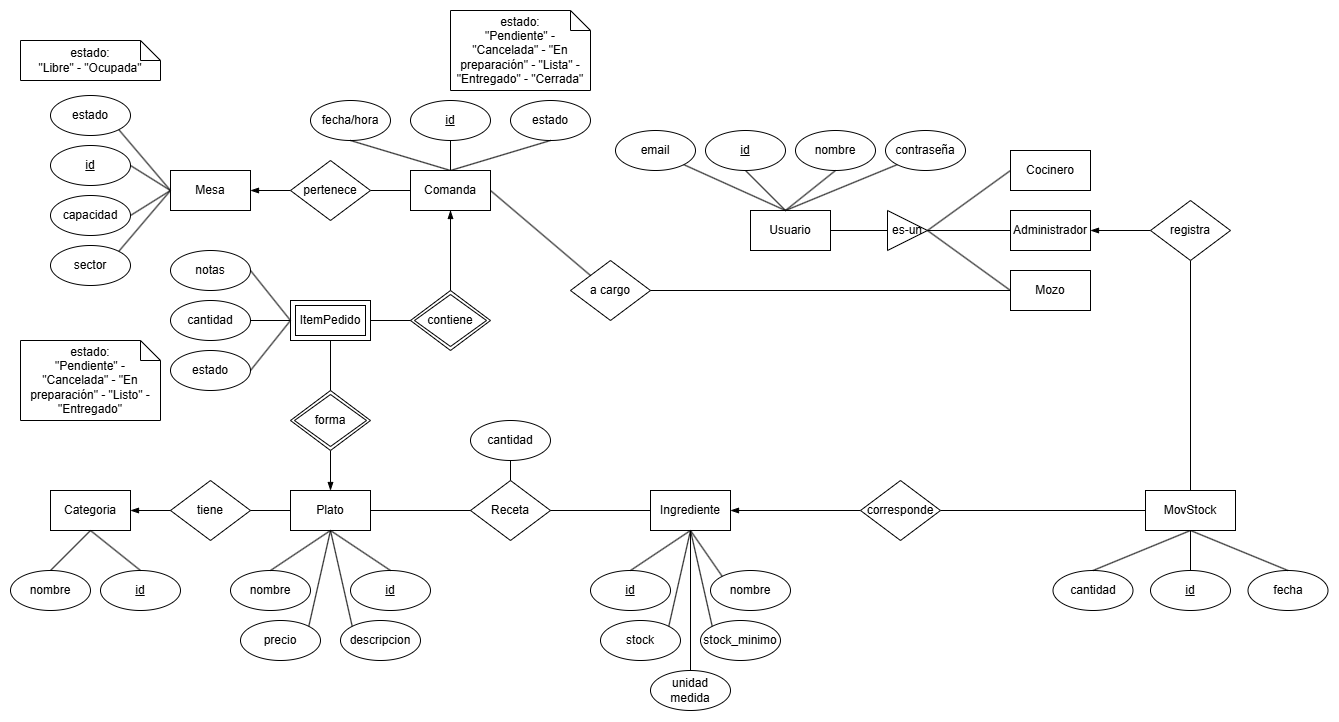
Before: Entegables/Diagramas/Diagrama Entidad-Relación.png, a diagram exported from draw.io (nicolasmerida/Proyecto-Arqui-Grupo7). Source tidied: cells renumbered, new cells last; positions are measured from the earlier drawing's top-left corner, leaving out a move shared by most shapes.
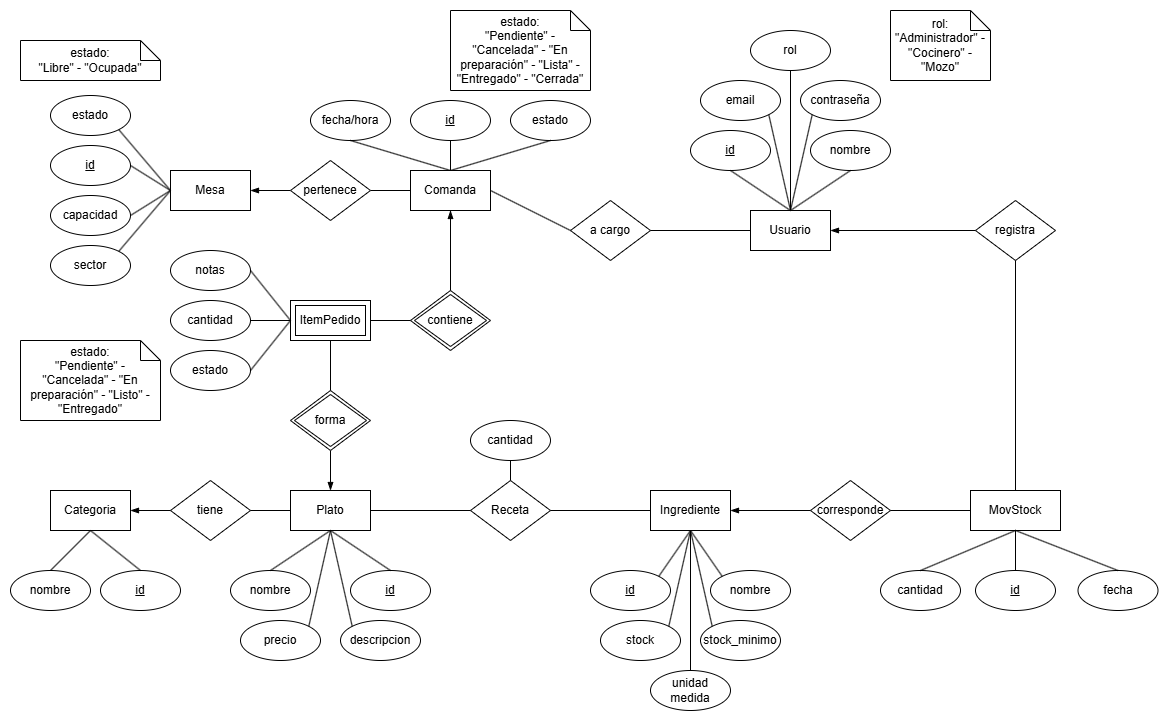
Later version of the same file.

Commit message:
Actualización diagrama ER

Change to the diagram source:
```diff
@@ -26,9 +26,6 @@
     <mxCell id="9" value="Usuario" style="whiteSpace=wrap;html=1;align=center;" parent="1" vertex="1">
       <mxGeometry x="740" y="200" width="80" height="40" as="geometry" />
     </mxCell>
-    <mxCell id="10" value="Mozo" style="whiteSpace=wrap;html=1;align=center;" parent="1" vertex="1">
-      <mxGeometry x="1000" y="260" width="80" height="40" as="geometry" />
-    </mxCell>
     <mxCell id="11" value="capacidad" style="ellipse;whiteSpace=wrap;html=1;align=center;" parent="1" vertex="1">
       <mxGeometry x="40" y="185" width="80" height="40" as="geometry" />
     </mxCell>
@@ -96,18 +93,18 @@
       <mxGeometry x="580" y="560" width="80" height="40" as="geometry" />
     </mxCell>
     <mxCell id="33" value="cantidad" style="ellipse;whiteSpace=wrap;html=1;align=center;" parent="1" vertex="1">
-      <mxGeometry x="1042.5" y="560" width="80" height="40" as="geometry" />
+      <mxGeometry x="870" y="560" width="80" height="40" as="geometry" />
     </mxCell>
     <mxCell id="34" value="fecha" style="ellipse;whiteSpace=wrap;html=1;align=center;" parent="1" vertex="1">
-      <mxGeometry x="1237.5" y="560" width="80" height="40" as="geometry" />
+      <mxGeometry x="1067.5" y="560" width="80" height="40" as="geometry" />
     </mxCell>
     <mxCell id="35" value="id" style="ellipse;whiteSpace=wrap;html=1;align=center;fontStyle=4;" parent="1" vertex="1">
-      <mxGeometry x="1140" y="560" width="80" height="40" as="geometry" />
+      <mxGeometry x="965" y="560" width="80" height="40" as="geometry" />
     </mxCell>
     <mxCell id="36" value="estado:&lt;br&gt;&quot;Pendiente&quot; - &quot;Cancelada&quot; - &quot;En preparación&quot; - &quot;Listo&quot; - &quot;Entregado&quot;" style="shape=note;size=20;whiteSpace=wrap;html=1;align=center;" parent="1" vertex="1">
       <mxGeometry x="10" y="330" width="140" height="80" as="geometry" />
     </mxCell>
-    <mxCell id="37" style="endArrow=none;html=1;rounded=0;exitX=0.5;exitY=0;exitDx=0;exitDy=0;entryX=0.5;entryY=1;entryDx=0;entryDy=0;" parent="1" edge="1" source="32" target="4">
+    <mxCell id="37" style="endArrow=none;html=1;rounded=0;exitX=1;exitY=0;exitDx=0;exitDy=0;entryX=0.5;entryY=1;entryDx=0;entryDy=0;" parent="1" edge="1" source="32" target="4">
       <mxGeometry relative="1" as="geometry" />
     </mxCell>
     <mxCell id="38" style="endArrow=none;html=1;rounded=0;exitX=1;exitY=0;exitDx=0;exitDy=0;entryX=0.5;entryY=1;entryDx=0;entryDy=0;" parent="1" edge="1" source="30" target="4">
@@ -134,59 +131,30 @@
     <mxCell id="45" style="endArrow=none;html=1;rounded=0;exitX=0.5;exitY=0;exitDx=0;exitDy=0;entryX=0.5;entryY=1;entryDx=0;entryDy=0;" parent="1" edge="1" source="5" target="44">
       <mxGeometry relative="1" as="geometry" />
     </mxCell>
-    <mxCell id="46" value="es-un" style="triangle;whiteSpace=wrap;html=1;rotation=0;labelPosition=center;verticalLabelPosition=middle;align=center;verticalAlign=middle;textDirection=ltr;" parent="1" vertex="1">
-      <mxGeometry x="877" y="200" width="40" height="40" as="geometry" />
-    </mxCell>
     <mxCell id="47" value="estado:&lt;br&gt;&quot;Pendiente&quot; - &quot;Cancelada&quot; - &quot;En preparación&quot; - &quot;Lista&quot; - &quot;Entregado&quot; - &quot;Cerrada&quot;" style="shape=note;size=20;whiteSpace=wrap;html=1;align=center;" parent="1" vertex="1">
       <mxGeometry x="440" width="140" height="80" as="geometry" />
     </mxCell>
-    <mxCell id="48" value="Administrador" style="whiteSpace=wrap;html=1;align=center;" parent="1" vertex="1">
-      <mxGeometry x="1000" y="200" width="80" height="40" as="geometry" />
-    </mxCell>
-    <mxCell id="49" value="Cocinero" style="whiteSpace=wrap;html=1;align=center;" parent="1" vertex="1">
-      <mxGeometry x="1000" y="140" width="80" height="40" as="geometry" />
-    </mxCell>
     <mxCell id="50" value="nombre" style="ellipse;whiteSpace=wrap;html=1;align=center;" parent="1" vertex="1">
-      <mxGeometry x="785" y="120" width="80" height="40" as="geometry" />
+      <mxGeometry x="800" y="120" width="80" height="40" as="geometry" />
     </mxCell>
     <mxCell id="51" value="contraseña" style="ellipse;whiteSpace=wrap;html=1;align=center;" parent="1" vertex="1">
-      <mxGeometry x="875" y="120" width="80" height="40" as="geometry" />
+      <mxGeometry x="790" y="70" width="80" height="40" as="geometry" />
     </mxCell>
     <mxCell id="52" value="email" style="ellipse;whiteSpace=wrap;html=1;align=center;" parent="1" vertex="1">
-      <mxGeometry x="605" y="120" width="80" height="40" as="geometry" />
+      <mxGeometry x="690" y="70" width="80" height="40" as="geometry" />
     </mxCell>
     <mxCell id="53" value="id" style="ellipse;whiteSpace=wrap;html=1;align=center;fontStyle=4;" parent="1" vertex="1">
-      <mxGeometry x="695" y="120" width="80" height="40" as="geometry" />
+      <mxGeometry x="680" y="120" width="80" height="40" as="geometry" />
     </mxCell>
-    <mxCell id="54" style="endArrow=none;html=1;rounded=0;exitX=1;exitY=1;exitDx=0;exitDy=0;entryX=0.5;entryY=0;entryDx=0;entryDy=0;" parent="1" edge="1" source="52">
-      <mxGeometry relative="1" as="geometry">
-        <mxPoint x="775" y="200" as="targetPoint" />
-      </mxGeometry>
-    </mxCell>
-    <mxCell id="55" style="endArrow=none;html=1;rounded=0;exitX=0.5;exitY=1;exitDx=0;exitDy=0;entryX=0.5;entryY=0;entryDx=0;entryDy=0;" parent="1" edge="1" source="53">
-      <mxGeometry relative="1" as="geometry">
-        <mxPoint x="775" y="200" as="targetPoint" />
-      </mxGeometry>
-    </mxCell>
-    <mxCell id="56" style="endArrow=none;html=1;rounded=0;exitX=0.5;exitY=1;exitDx=0;exitDy=0;entryX=0.5;entryY=0;entryDx=0;entryDy=0;" parent="1" edge="1" source="50">
-      <mxGeometry relative="1" as="geometry">
-        <mxPoint x="775" y="200" as="targetPoint" />
-      </mxGeometry>
-    </mxCell>
-    <mxCell id="57" style="endArrow=none;html=1;rounded=0;exitX=0;exitY=1;exitDx=0;exitDy=0;entryX=0.5;entryY=0;entryDx=0;entryDy=0;" parent="1" edge="1" source="51">
-      <mxGeometry relative="1" as="geometry">
-        <mxPoint x="775" y="200" as="targetPoint" />
-      </mxGeometry>
-    </mxCell>
     <mxCell id="58" value="a cargo" style="shape=rhombus;perimeter=rhombusPerimeter;whiteSpace=wrap;html=1;align=center;" parent="1" vertex="1">
-      <mxGeometry x="560" y="250" width="80" height="60" as="geometry" />
+      <mxGeometry x="560" y="190" width="80" height="60" as="geometry" />
     </mxCell>
-    <mxCell id="59" style="endArrow=none;html=1;rounded=0;entryX=0;entryY=0;entryDx=0;entryDy=0;exitX=1;exitY=0.5;exitDx=0;exitDy=0;" parent="1" edge="1" target="58">
+    <mxCell id="59" style="endArrow=none;html=1;rounded=0;entryX=0;entryY=0.5;entryDx=0;entryDy=0;exitX=1;exitY=0.5;exitDx=0;exitDy=0;" parent="1" edge="1" target="58">
       <mxGeometry relative="1" as="geometry">
         <mxPoint x="480" y="180" as="sourcePoint" />
       </mxGeometry>
     </mxCell>
-    <mxCell id="60" style="endArrow=none;html=1;rounded=0;exitX=0;exitY=0.5;exitDx=0;exitDy=0;entryX=1;entryY=0.5;entryDx=0;entryDy=0;" parent="1" edge="1" source="10" target="58">
+    <mxCell id="60" style="endArrow=none;html=1;rounded=0;exitX=0;exitY=0.5;exitDx=0;exitDy=0;entryX=1;entryY=0.5;entryDx=0;entryDy=0;" parent="1" edge="1" source="9" target="58">
       <mxGeometry relative="1" as="geometry" />
     </mxCell>
     <mxCell id="61" style="endArrow=none;html=1;rounded=0;exitX=0.5;exitY=0;exitDx=0;exitDy=0;entryX=0.5;entryY=1;entryDx=0;entryDy=0;" parent="1" edge="1">
@@ -250,55 +218,11 @@
         <mxPoint x="440" y="160" as="targetPoint" />
       </mxGeometry>
     </mxCell>
-    <mxCell id="76" style="endArrow=none;html=1;rounded=0;exitX=1;exitY=0.5;exitDx=0;exitDy=0;entryX=0;entryY=0.5;entryDx=0;entryDy=0;" parent="1" edge="1" source="9" target="46">
-      <mxGeometry relative="1" as="geometry" />
-    </mxCell>
-    <mxCell id="77" style="endArrow=none;html=1;rounded=0;exitX=0.5;exitY=0;exitDx=0;exitDy=0;entryX=0.5;entryY=1;entryDx=0;entryDy=0;" parent="1" edge="1">
-      <mxGeometry relative="1" as="geometry">
-        <mxPoint x="1180" y="480" as="sourcePoint" />
-        <mxPoint x="1180" y="250" as="targetPoint" />
-      </mxGeometry>
-    </mxCell>
-    <mxCell id="78" style="endArrow=blockThin;html=1;rounded=0;exitX=0;exitY=0.5;exitDx=0;exitDy=0;entryX=1;entryY=0.5;entryDx=0;entryDy=0;endFill=1;" parent="1" edge="1" target="48">
-      <mxGeometry relative="1" as="geometry">
-        <mxPoint x="1140" y="220" as="sourcePoint" />
-      </mxGeometry>
-    </mxCell>
-    <mxCell id="79" style="endArrow=none;html=1;rounded=0;exitX=0.5;exitY=0;exitDx=0;exitDy=0;entryX=0.5;entryY=1;entryDx=0;entryDy=0;" parent="1" edge="1" source="33">
-      <mxGeometry relative="1" as="geometry">
-        <mxPoint x="1180" y="520" as="targetPoint" />
-      </mxGeometry>
-    </mxCell>
-    <mxCell id="80" style="endArrow=none;html=1;rounded=0;exitX=0.5;exitY=1;exitDx=0;exitDy=0;entryX=0.5;entryY=0;entryDx=0;entryDy=0;" parent="1" edge="1" target="35">
-      <mxGeometry relative="1" as="geometry">
-        <mxPoint x="1180" y="520" as="sourcePoint" />
-      </mxGeometry>
-    </mxCell>
-    <mxCell id="81" style="endArrow=none;html=1;rounded=0;exitX=0.5;exitY=0;exitDx=0;exitDy=0;entryX=0.5;entryY=1;entryDx=0;entryDy=0;" parent="1" edge="1" source="34">
-      <mxGeometry relative="1" as="geometry">
-        <mxPoint x="1180" y="520" as="targetPoint" />
-      </mxGeometry>
-    </mxCell>
-    <mxCell id="82" style="endArrow=none;html=1;rounded=0;exitX=1;exitY=0.5;exitDx=0;exitDy=0;entryX=0;entryY=0.5;entryDx=0;entryDy=0;" parent="1" edge="1">
-      <mxGeometry relative="1" as="geometry">
-        <mxPoint x="930" y="500" as="sourcePoint" />
-        <mxPoint x="1140" y="500" as="targetPoint" />
-      </mxGeometry>
-    </mxCell>
     <mxCell id="83" style="endArrow=none;html=1;rounded=0;exitX=1;exitY=0.5;exitDx=0;exitDy=0;entryX=0;entryY=0.5;entryDx=0;entryDy=0;endFill=0;startArrow=blockThin;startFill=1;" parent="1" edge="1" source="4">
       <mxGeometry relative="1" as="geometry">
         <mxPoint x="850" y="500" as="targetPoint" />
       </mxGeometry>
     </mxCell>
-    <mxCell id="84" style="endArrow=none;html=1;rounded=0;exitX=0;exitY=0.5;exitDx=0;exitDy=0;entryX=1;entryY=0.5;entryDx=0;entryDy=0;" parent="1" edge="1" source="48" target="46">
-      <mxGeometry relative="1" as="geometry" />
-    </mxCell>
-    <mxCell id="85" style="endArrow=none;html=1;rounded=0;exitX=0;exitY=0.5;exitDx=0;exitDy=0;entryX=1;entryY=0.5;entryDx=0;entryDy=0;" parent="1" edge="1" source="49" target="46">
-      <mxGeometry relative="1" as="geometry" />
-    </mxCell>
-    <mxCell id="86" style="endArrow=none;html=1;rounded=0;exitX=0;exitY=0.5;exitDx=0;exitDy=0;entryX=1;entryY=0.5;entryDx=0;entryDy=0;" parent="1" edge="1" source="10" target="46">
-      <mxGeometry relative="1" as="geometry" />
-    </mxCell>
     <mxCell id="87" value="unidad medida" style="ellipse;whiteSpace=wrap;html=1;align=center;" parent="1" vertex="1">
       <mxGeometry x="640" y="660" width="80" height="40" as="geometry" />
     </mxCell>
@@ -306,13 +230,13 @@
       <mxGeometry relative="1" as="geometry" />
     </mxCell>
     <mxCell id="89" value="corresponde" style="shape=rhombus;perimeter=rhombusPerimeter;whiteSpace=wrap;html=1;align=center;" parent="1" vertex="1">
-      <mxGeometry x="850" y="470" width="80" height="60" as="geometry" />
+      <mxGeometry x="800" y="470" width="80" height="60" as="geometry" />
     </mxCell>
     <mxCell id="90" value="MovStock" style="whiteSpace=wrap;html=1;align=center;" parent="1" vertex="1">
-      <mxGeometry x="1135" y="480" width="90" height="40" as="geometry" />
+      <mxGeometry x="960" y="480" width="90" height="40" as="geometry" />
     </mxCell>
     <mxCell id="91" value="registra" style="shape=rhombus;perimeter=rhombusPerimeter;whiteSpace=wrap;html=1;align=center;" parent="1" vertex="1">
-      <mxGeometry x="1140" y="190" width="80" height="60" as="geometry" />
+      <mxGeometry x="965" y="190" width="80" height="60" as="geometry" />
     </mxCell>
     <mxCell id="92" value="nombre" style="ellipse;whiteSpace=wrap;html=1;align=center;fontStyle=0;" parent="1" vertex="1">
       <mxGeometry x="220" y="560" width="80" height="40" as="geometry" />
@@ -350,5 +274,44 @@
     <mxCell id="103" style="endArrow=none;html=1;rounded=0;exitX=0.5;exitY=0;exitDx=0;exitDy=0;entryX=0.5;entryY=1;entryDx=0;entryDy=0;" parent="1" edge="1" source="102" target="96">
       <mxGeometry relative="1" as="geometry" />
     </mxCell>
+    <mxCell id="104" value="rol" style="ellipse;whiteSpace=wrap;html=1;align=center;" parent="1" vertex="1">
+      <mxGeometry x="740" y="20" width="80" height="40" as="geometry" />
+    </mxCell>
+    <mxCell id="105" style="endArrow=none;html=1;rounded=0;exitX=0.5;exitY=1;exitDx=0;exitDy=0;entryX=0.5;entryY=0;entryDx=0;entryDy=0;" parent="1" edge="1" source="104" target="9">
+      <mxGeometry relative="1" as="geometry" />
+    </mxCell>
+    <mxCell id="106" style="endArrow=none;html=1;rounded=0;exitX=1;exitY=1;exitDx=0;exitDy=0;entryX=0.5;entryY=0;entryDx=0;entryDy=0;" parent="1" edge="1" source="52" target="9">
+      <mxGeometry relative="1" as="geometry" />
+    </mxCell>
+    <mxCell id="107" style="endArrow=none;html=1;rounded=0;exitX=0;exitY=1;exitDx=0;exitDy=0;entryX=0.5;entryY=0;entryDx=0;entryDy=0;" parent="1" edge="1" source="51" target="9">
+      <mxGeometry relative="1" as="geometry" />
+    </mxCell>
+    <mxCell id="108" style="endArrow=none;html=1;rounded=0;exitX=0.5;exitY=1;exitDx=0;exitDy=0;entryX=0.5;entryY=0;entryDx=0;entryDy=0;" parent="1" edge="1" source="53" target="9">
+      <mxGeometry relative="1" as="geometry" />
+    </mxCell>
+    <mxCell id="109" style="endArrow=none;html=1;rounded=0;exitX=0.5;exitY=0;exitDx=0;exitDy=0;entryX=0.5;entryY=1;entryDx=0;entryDy=0;" parent="1" edge="1" source="9" target="50">
+      <mxGeometry relative="1" as="geometry" />
+    </mxCell>
+    <mxCell id="110" style="endArrow=none;html=1;rounded=0;exitX=1;exitY=0.5;exitDx=0;exitDy=0;entryX=0;entryY=0.5;entryDx=0;entryDy=0;" parent="1" edge="1" source="89" target="90">
+      <mxGeometry relative="1" as="geometry" />
+    </mxCell>
+    <mxCell id="111" style="endArrow=none;html=1;rounded=0;entryX=0.5;entryY=1;entryDx=0;entryDy=0;exitX=0.5;exitY=0;exitDx=0;exitDy=0;" parent="1" edge="1" source="35" target="90">
+      <mxGeometry relative="1" as="geometry" />
+    </mxCell>
+    <mxCell id="112" style="endArrow=none;html=1;rounded=0;entryX=0.5;entryY=1;entryDx=0;entryDy=0;exitX=0.5;exitY=0;exitDx=0;exitDy=0;" parent="1" edge="1" source="33" target="90">
+      <mxGeometry relative="1" as="geometry" />
+    </mxCell>
+    <mxCell id="113" style="endArrow=none;html=1;rounded=0;entryX=0.5;entryY=0;entryDx=0;entryDy=0;exitX=0.5;exitY=1;exitDx=0;exitDy=0;" parent="1" edge="1" source="90" target="34">
+      <mxGeometry relative="1" as="geometry" />
+    </mxCell>
+    <mxCell id="114" value="rol:&lt;div&gt;&quot;Administrador&quot; - &quot;Cocinero&quot; - &quot;Mozo&quot;&lt;/div&gt;" style="shape=note;size=20;whiteSpace=wrap;html=1;" parent="1" vertex="1">
+      <mxGeometry x="880" width="100" height="70" as="geometry" />
+    </mxCell>
+    <mxCell id="115" style="endArrow=none;html=1;rounded=0;exitX=1;exitY=0.5;exitDx=0;exitDy=0;entryX=0;entryY=0.5;entryDx=0;entryDy=0;endFill=0;startArrow=blockThin;startFill=1;" parent="1" edge="1" source="9" target="91">
+      <mxGeometry relative="1" as="geometry" />
+    </mxCell>
+    <mxCell id="116" style="endArrow=none;html=1;rounded=0;entryX=0.5;entryY=1;entryDx=0;entryDy=0;exitX=0.5;exitY=0;exitDx=0;exitDy=0;" parent="1" edge="1" source="90" target="91">
+      <mxGeometry relative="1" as="geometry" />
+    </mxCell>
   </root>
 </mxGraphModel>
```
